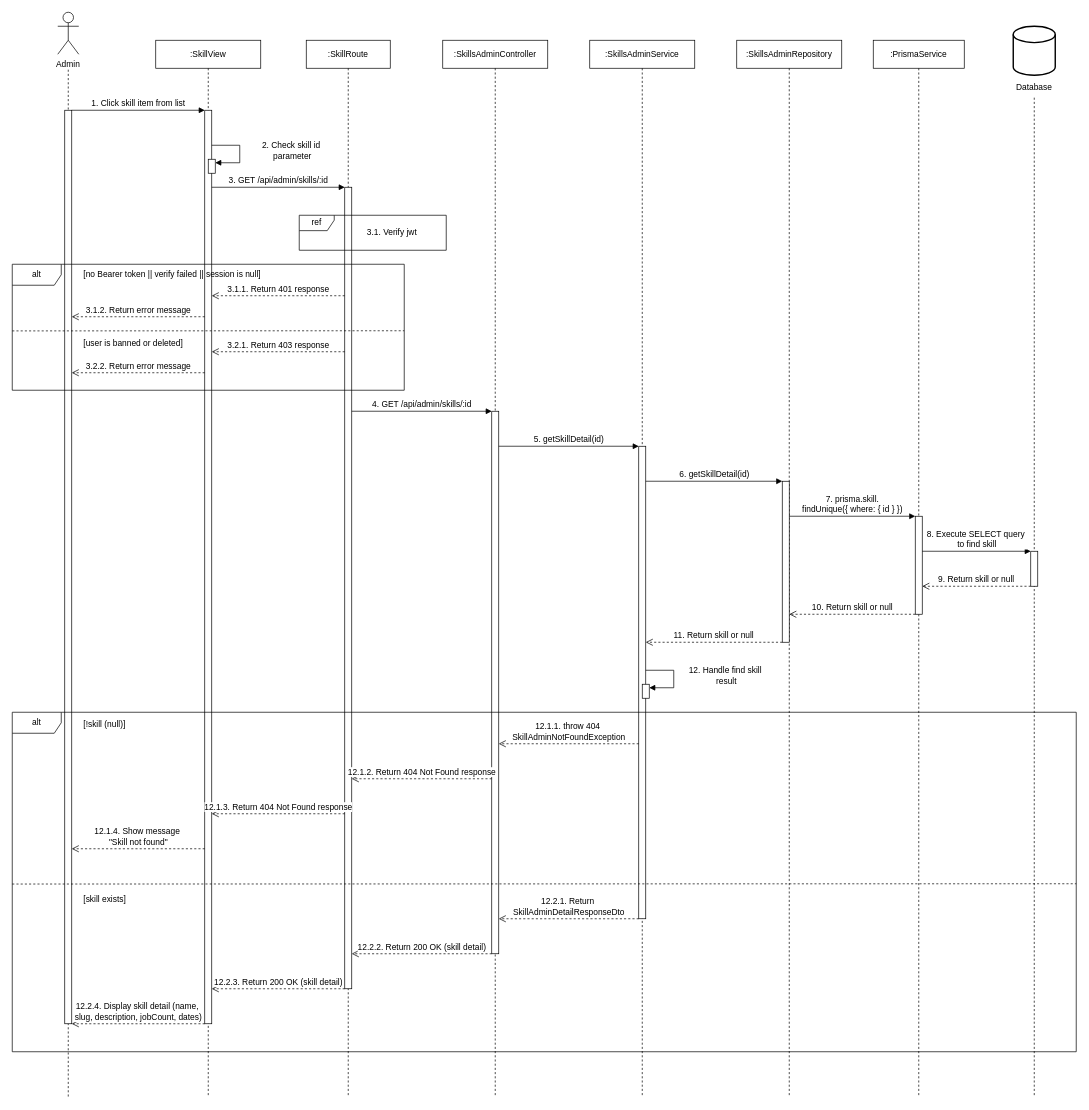
Before: sequence-diagrams-remake/UC-38.02-view-skill-detail.drawio in Thunggg/Frevia, a draw.io diagram. Source tidied: cells renumbered, new cells numbered last; positions are measured from the earlier drawing's top-left corner, leaving out a move shared by most shapes. Both pictures are drawn from the tidied source at 70%, with x=0, y=0 at pixel (12, 12).
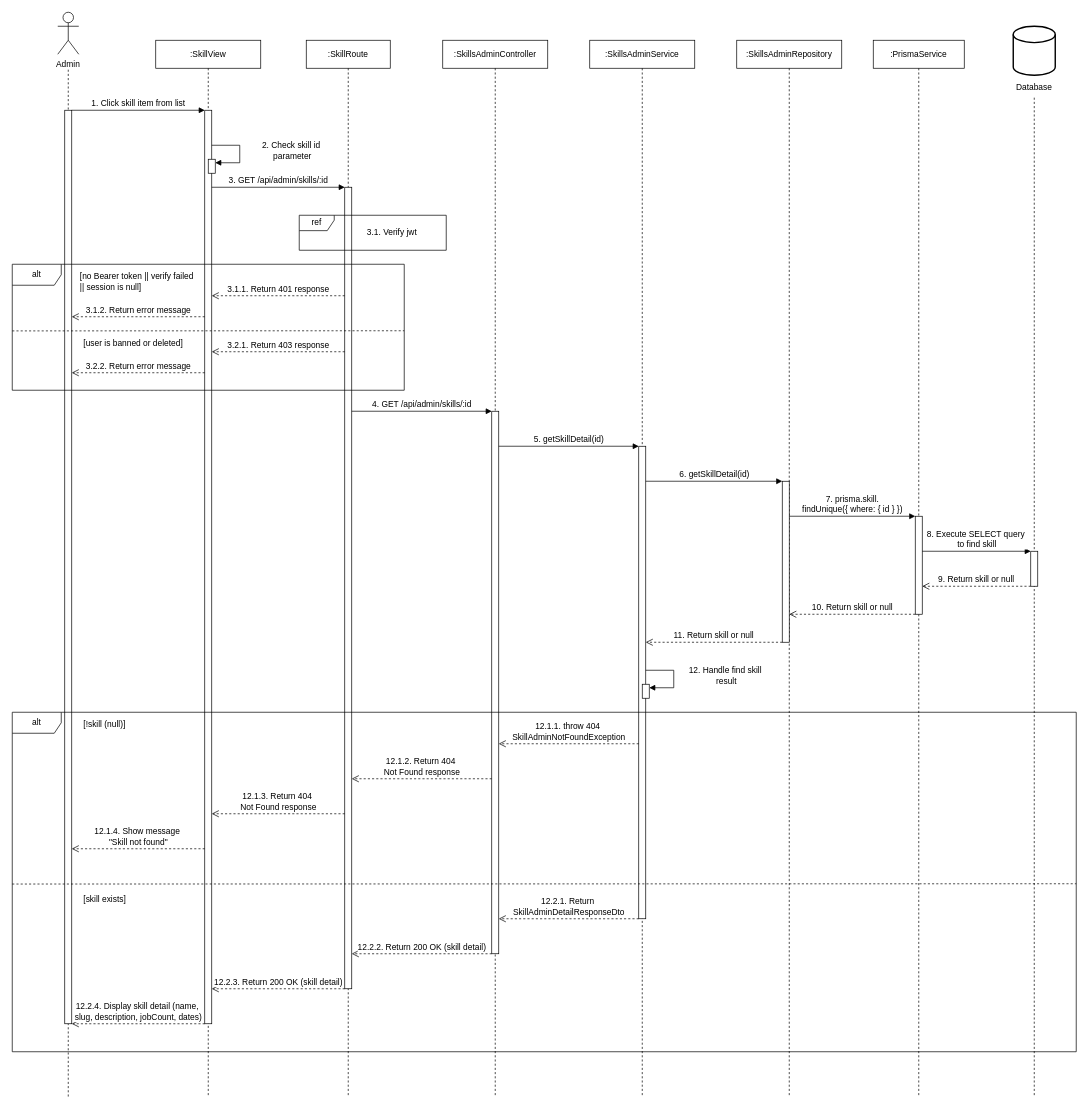
After the change.

What changed in the source:
```diff
@@
-    <mxCell id="28" value="[no Bearer token || verify failed || session is null]" style="text;html=1;align=left;verticalAlign=middle;whiteSpace=wrap;rounded=0;fontSize=12;" parent="1" vertex="1">
-      <mxGeometry x="100" y="360" width="300" height="30" as="geometry" />
+    <mxCell id="28" value="[no Bearer token || verify failed&amp;nbsp;&lt;div&gt;|| session is null]&lt;/div&gt;" style="text;html=1;align=left;verticalAlign=middle;whiteSpace=wrap;rounded=0;fontSize=12;" parent="1" vertex="1">
+      <mxGeometry x="95" y="370" width="300" height="30" as="geometry" />
     </mxCell>
@@
-    <mxCell id="48" value="12.1.2. Return 404 Not Found response" style="html=1;verticalAlign=bottom;endArrow=open;dashed=1;endSize=8;curved=0;rounded=0;fontSize=12;" parent="1" edge="1">
+    <mxCell id="48" value="12.1.2. Return 404&amp;nbsp;&lt;div&gt;Not Found response&lt;/div&gt;" style="html=1;verticalAlign=bottom;endArrow=open;dashed=1;endSize=8;curved=0;rounded=0;fontSize=12;" parent="1" edge="1">
       <mxGeometry relative="1" as="geometry">
         <mxPoint x="685" y="1095" as="sourcePoint" />
         <mxPoint x="485" y="1095" as="targetPoint" />
       </mxGeometry>
     </mxCell>
-    <mxCell id="49" value="12.1.3. Return 404 Not Found response" style="html=1;verticalAlign=bottom;endArrow=open;dashed=1;endSize=8;curved=0;rounded=0;fontSize=12;" parent="1" edge="1">
+    <mxCell id="49" value="12.1.3. Return 404&amp;nbsp;&lt;div&gt;Not Found response&lt;/div&gt;" style="html=1;verticalAlign=bottom;endArrow=open;dashed=1;endSize=8;curved=0;rounded=0;fontSize=12;" parent="1" edge="1">
       <mxGeometry relative="1" as="geometry">
         <mxPoint x="475" y="1145" as="sourcePoint" />
         <mxPoint x="285" y="1145" as="targetPoint" />
       </mxGeometry>
     </mxCell>
```
